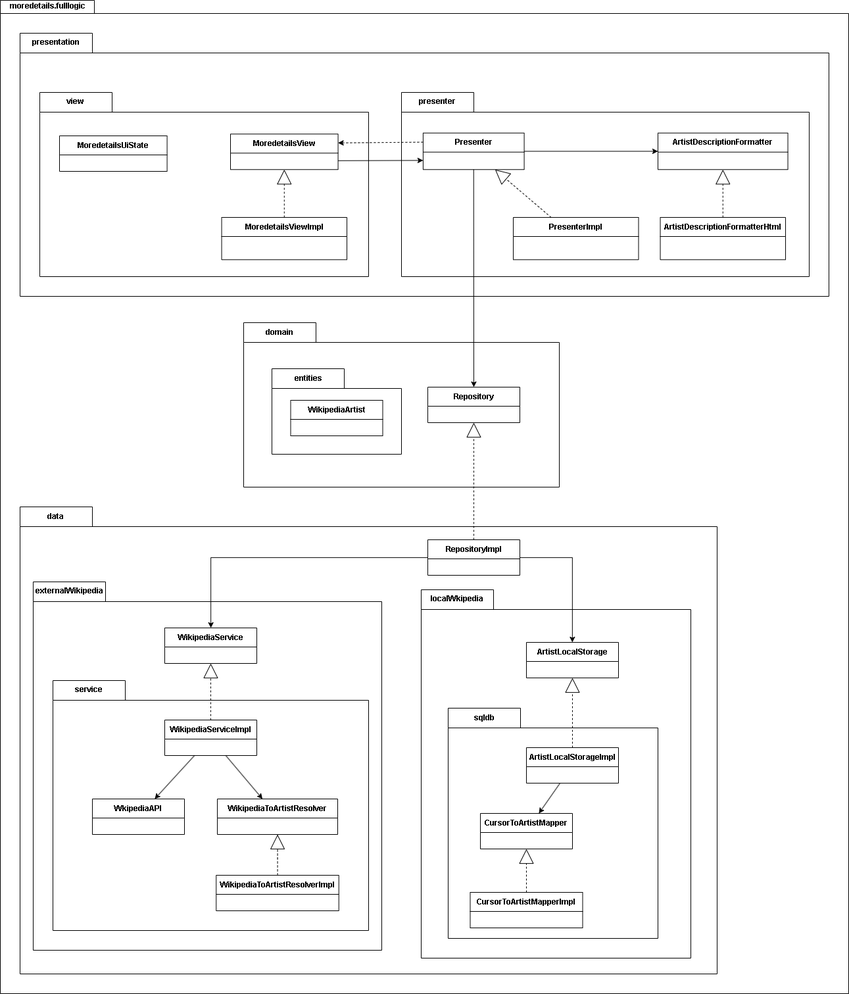
Above: docs/moredetails_class_diagram.png in elagarrigue/AyDS23-Winchester3 (draw.io), before the change. Source tidied: cells renumbered, new cells last; positions are measured from the earlier drawing's top-left corner, leaving out a move shared by most shapes.
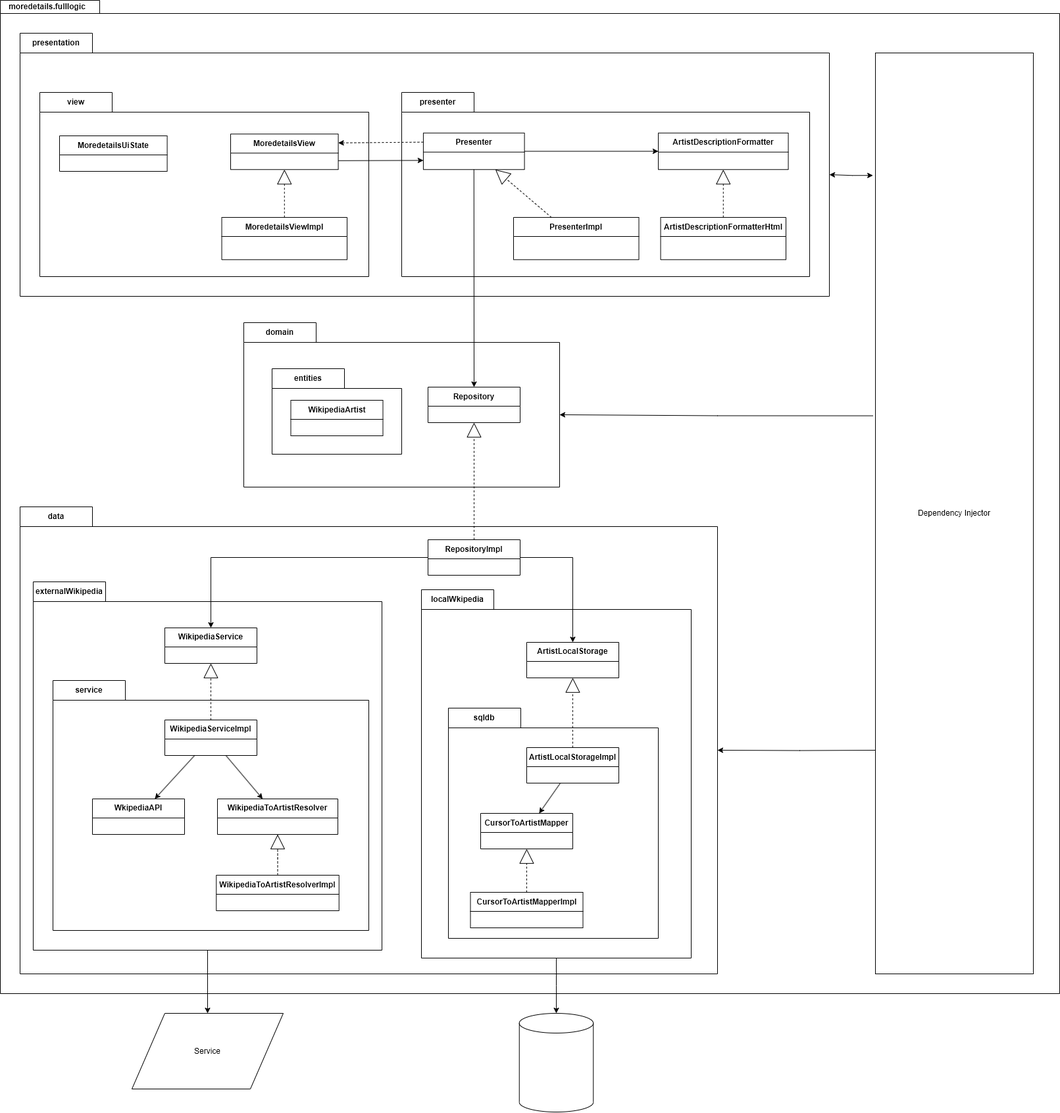
The same file after the commit.

Commit message:
Diagrama de Clases Modificado

What changed in the source:
```diff
@@ -3,7 +3,7 @@
     <mxCell id="0" />
     <mxCell id="1" parent="0" />
     <mxCell id="2" value="moredetails.fulllogic" style="shape=folder;fontStyle=1;tabWidth=143;tabHeight=20;tabPosition=left;html=1;boundedLbl=1;labelInHeader=1;whiteSpace=wrap;" parent="1" vertex="1">
-      <mxGeometry width="1290" height="1510" as="geometry" />
+      <mxGeometry width="1610" height="1510" as="geometry" />
     </mxCell>
     <mxCell id="3" style="html=1;strokeColor=none;fillColor=none;whiteSpace=wrap;" parent="2" vertex="1">
       <mxGeometry width="50" height="70" relative="1" as="geometry">
@@ -198,5 +198,31 @@
     <mxCell id="59" style="rounded=0;jettySize=auto;html=1;endArrow=block;endFill=0;endSize=20;dashed=1;" parent="2" edge="1" source="6" target="54">
       <mxGeometry relative="1" as="geometry" />
     </mxCell>
+    <mxCell id="60" style="edgeStyle=orthogonalEdgeStyle;rounded=0;jettySize=auto;html=1;exitX=-0.016;exitY=0.133;exitDx=0;exitDy=0;entryX=0;entryY=0;entryDx=1230;entryDy=215;entryPerimeter=0;exitPerimeter=0;startArrow=classic;startFill=1;" parent="2" edge="1" source="63" target="33">
+      <mxGeometry relative="1" as="geometry" />
+    </mxCell>
+    <mxCell id="61" style="edgeStyle=orthogonalEdgeStyle;rounded=0;jettySize=auto;html=1;exitX=-0.016;exitY=0.394;exitDx=0;exitDy=0;entryX=0;entryY=0;entryDx=480;entryDy=140;entryPerimeter=0;exitPerimeter=0;" parent="2" edge="1" source="63" target="52">
+      <mxGeometry relative="1" as="geometry" />
+    </mxCell>
+    <mxCell id="62" style="edgeStyle=orthogonalEdgeStyle;rounded=0;jettySize=auto;html=1;entryX=0;entryY=0;entryDx=1060;entryDy=370;entryPerimeter=0;" parent="2" edge="1" target="4">
+      <mxGeometry relative="1" as="geometry">
+        <mxPoint x="1340" y="1140" as="sourcePoint" />
+      </mxGeometry>
+    </mxCell>
+    <mxCell id="63" value="Dependency Injector" style="rounded=0;whiteSpace=wrap;html=1;" parent="2" vertex="1">
+      <mxGeometry x="1330" y="80" width="240" height="1400" as="geometry" />
+    </mxCell>
+    <mxCell id="64" style="shape=cylinder3;whiteSpace=wrap;html=1;boundedLbl=1;backgroundOutline=1;size=15;" parent="1" vertex="1">
+      <mxGeometry x="788.8" y="1540" width="112.5" height="150" as="geometry" />
+    </mxCell>
+    <mxCell id="65" style="edgeStyle=orthogonalEdgeStyle;rounded=0;jettySize=auto;html=1;" parent="1" edge="1" source="21" target="64">
+      <mxGeometry relative="1" as="geometry" />
+    </mxCell>
+    <mxCell id="66" value="Service" style="shape=parallelogram;perimeter=parallelogramPerimeter;whiteSpace=wrap;html=1;fixedSize=1;size=50.00000000000023;" parent="1" vertex="1">
+      <mxGeometry x="200" y="1540" width="230" height="115" as="geometry" />
+    </mxCell>
+    <mxCell id="67" style="edgeStyle=orthogonalEdgeStyle;rounded=0;jettySize=auto;html=1;" parent="1" edge="1" source="7" target="66">
+      <mxGeometry relative="1" as="geometry" />
+    </mxCell>
   </root>
 </mxGraphModel>
```
